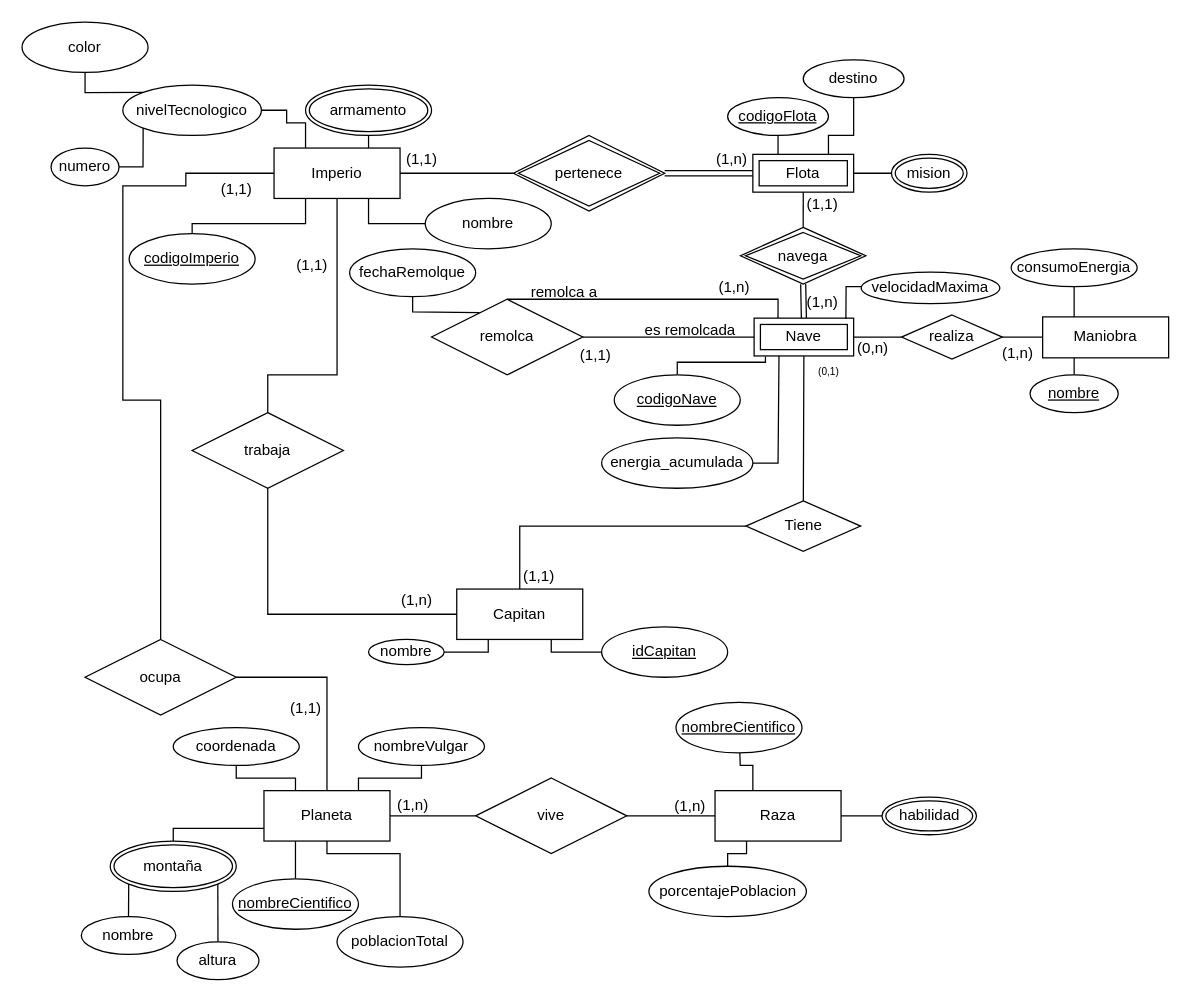
leopoldo109/BDD-UNQ keeps this draw.io diagram as practica-1/startrek.drawio. Above is the earlier version. Source tidied: cells renumbered, new cells numbered last; positions are measured from the earlier drawing's top-left corner, leaving out a move shared by most shapes. Both pictures are drawn from the tidied source at 126%, with x=0, y=0 at pixel (21, 21).
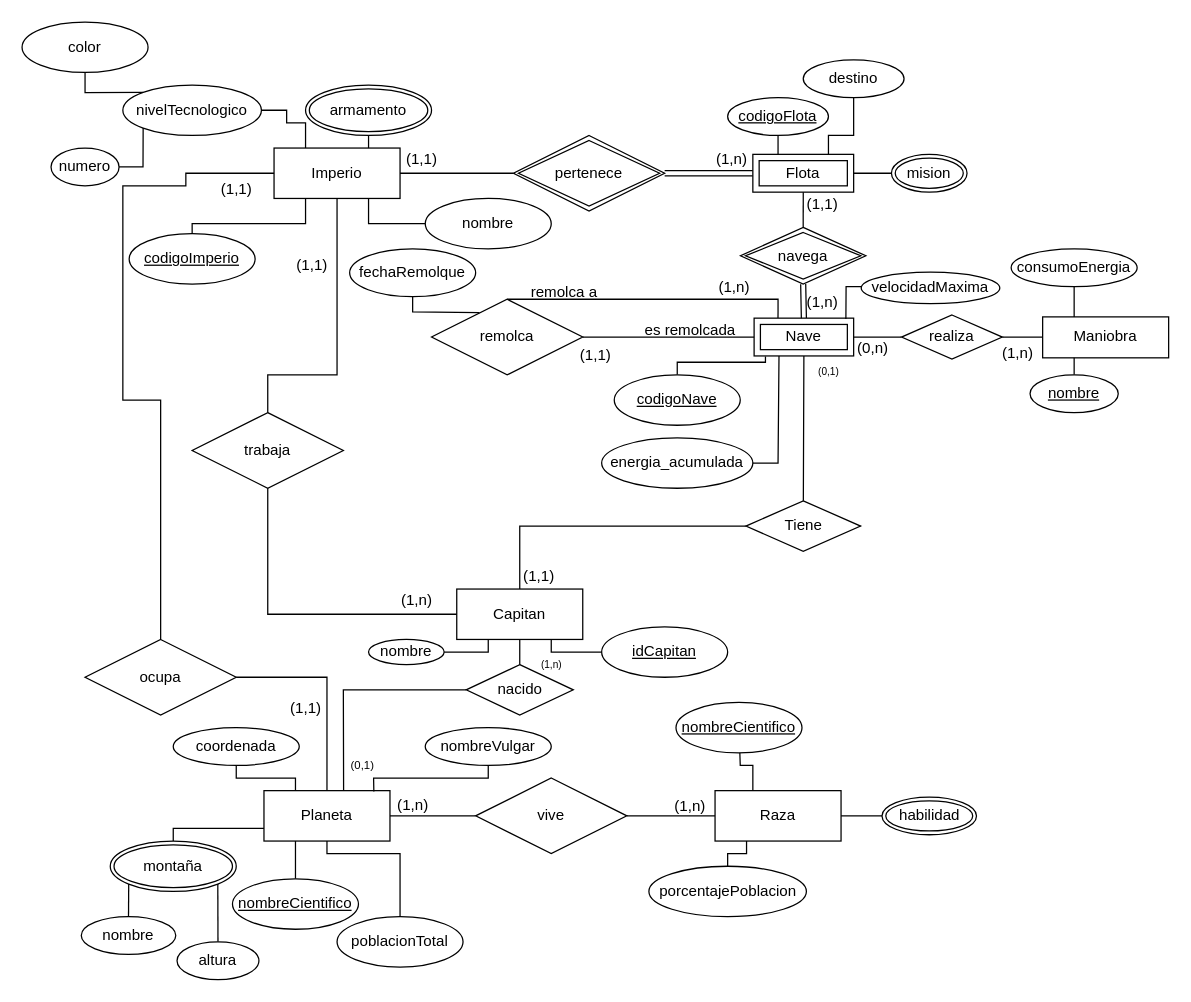
The same page after the edit.

Unchanged cells that the change refers to:
```xml
<mxCell id="43" value="Capitan" style="whiteSpace=wrap;html=1;align=center;" parent="1" vertex="1">
  <mxGeometry x="345" y="450" width="100" height="40" as="geometry" />
</mxCell>
<mxCell id="73" value="Planeta" style="whiteSpace=wrap;html=1;align=center;" parent="1" vertex="1">
  <mxGeometry x="192" y="610" width="100" height="40" as="geometry" />
</mxCell>
```

What changed in the source:
```diff
@@
-    <mxCell id="80" style="endArrow=none;html=1;rounded=0;exitX=0.75;exitY=0;exitDx=0;exitDy=0;" parent="1" edge="1" source="73" target="81">
+    <mxCell id="80" style="endArrow=none;html=1;rounded=0;exitX=0.872;exitY=0.018;exitDx=0;exitDy=0;exitPerimeter=0;" parent="1" edge="1" source="73" target="81">
       <mxGeometry relative="1" as="geometry">
         <Array as="points">
-          <mxPoint x="267" y="600" />
-          <mxPoint x="317" y="600" />
+          <mxPoint x="279" y="600" />
+          <mxPoint x="370" y="600" />
         </Array>
       </mxGeometry>
     </mxCell>
     <mxCell id="81" value="nombreVulgar" style="ellipse;whiteSpace=wrap;html=1;align=center;" parent="1" vertex="1">
-      <mxGeometry x="267" y="560" width="100" height="30" as="geometry" />
+      <mxGeometry x="320" y="560" width="100" height="30" as="geometry" />
     </mxCell>
@@
+    <mxCell id="105" style="endArrow=none;html=1;rounded=0;exitX=0.5;exitY=1;exitDx=0;exitDy=0;" parent="1" edge="1" source="43" target="106">
+      <mxGeometry relative="1" as="geometry" />
+    </mxCell>
+    <mxCell id="106" value="nacido" style="shape=rhombus;perimeter=rhombusPerimeter;whiteSpace=wrap;html=1;align=center;" parent="1" vertex="1">
+      <mxGeometry x="352.5" y="510" width="85" height="40" as="geometry" />
+    </mxCell>
+    <mxCell id="107" style="endArrow=none;html=1;rounded=0;exitX=0;exitY=0.5;exitDx=0;exitDy=0;entryX=0.632;entryY=-0.005;entryDx=0;entryDy=0;entryPerimeter=0;" parent="1" edge="1" source="106" target="73">
+      <mxGeometry relative="1" as="geometry">
+        <Array as="points">
+          <mxPoint x="255" y="530" />
+        </Array>
+      </mxGeometry>
+    </mxCell>
+    <mxCell id="108" value="(0,1)" style="text;html=1;align=center;verticalAlign=middle;strokeColor=none;fillColor=none;fontSize=9;" parent="1" vertex="1">
+      <mxGeometry x="250" y="580" width="40" height="20" as="geometry" />
+    </mxCell>
+    <mxCell id="109" value="(1,n)" style="text;html=1;align=center;verticalAlign=middle;strokeColor=none;fillColor=none;fontSize=8;" parent="1" vertex="1">
+      <mxGeometry x="400" y="500" width="40" height="20" as="geometry" />
+    </mxCell>
```
